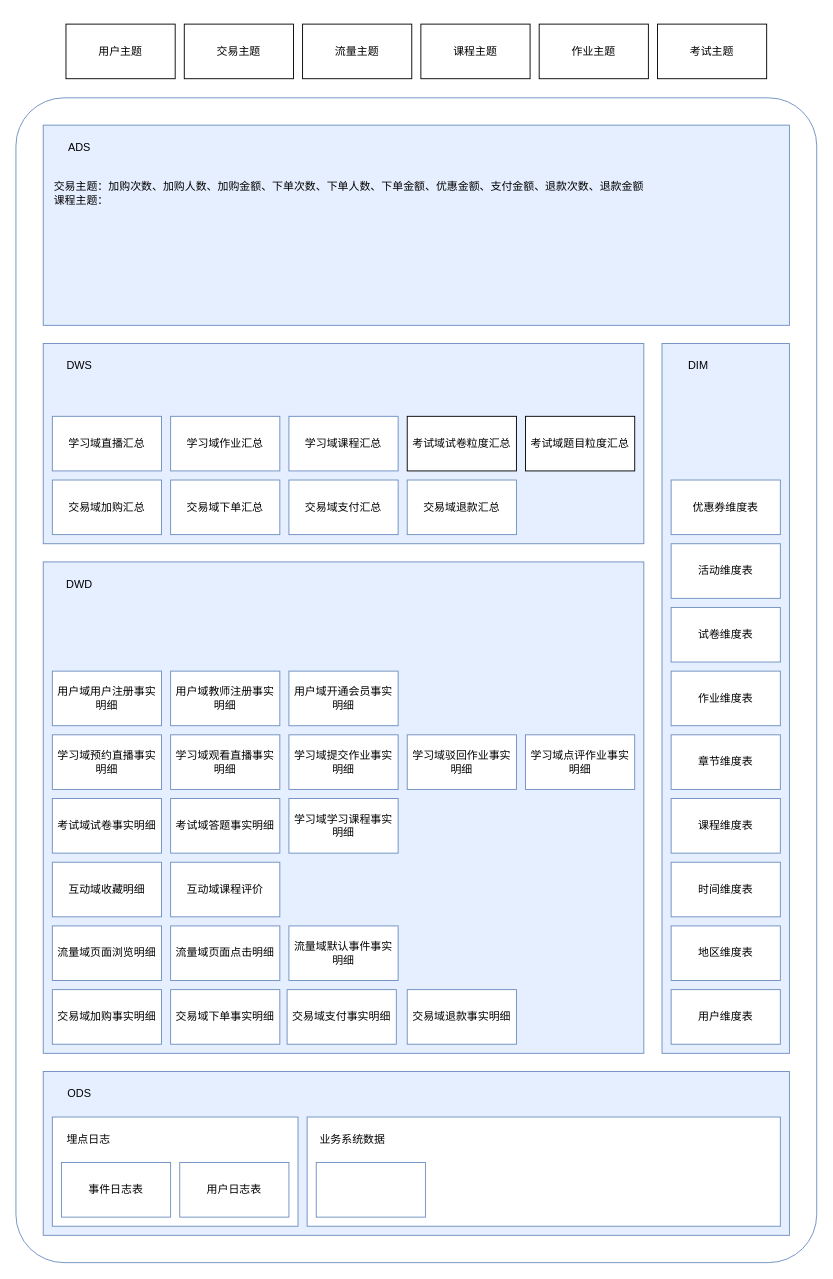
Earlier version of the draw.io diagram 离线数仓分层架构.drawio (Jacoulin/draw). Source tidied: cells renumbered, new cells numbered last; positions are measured from the earlier drawing's top-left corner, leaving out a move shared by most shapes. Both pictures are drawn from the tidied source at 91%, with x=0, y=0 at pixel (15, 24).
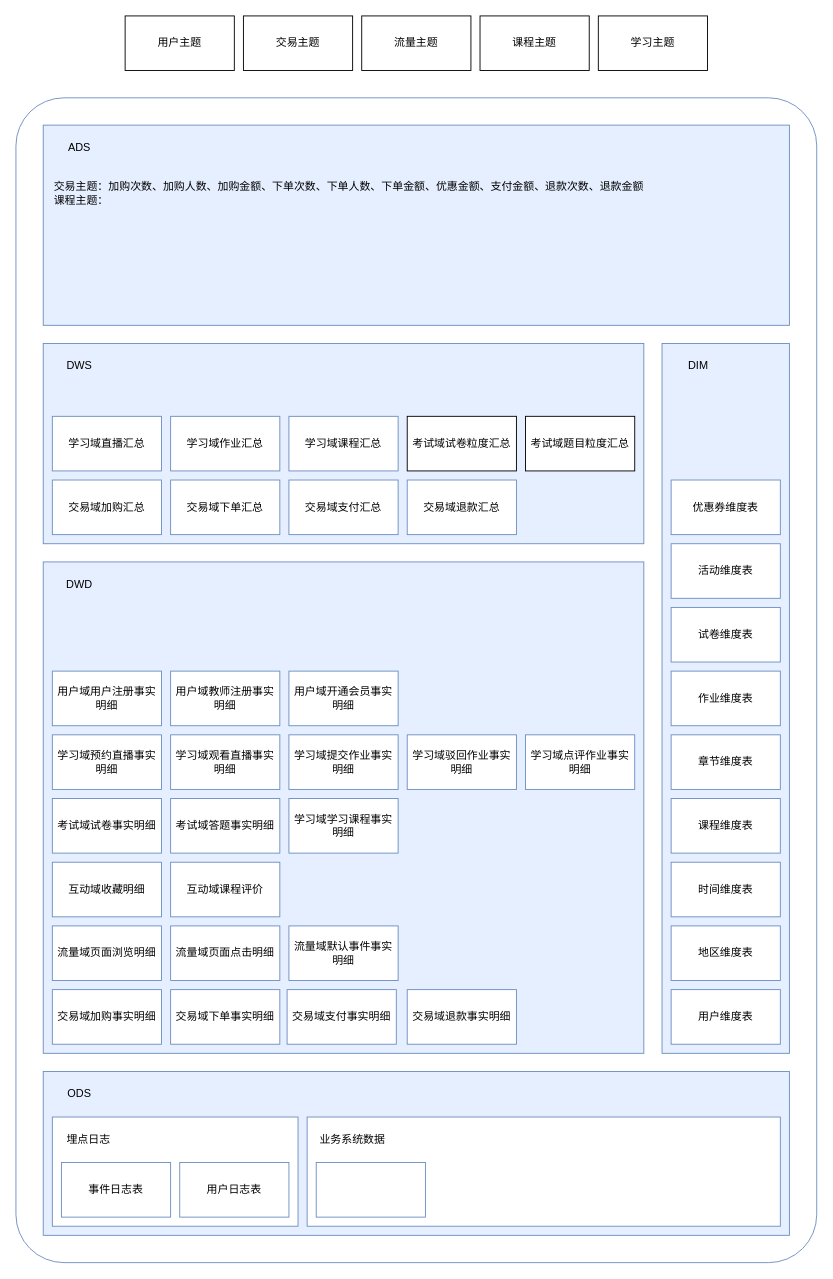
The same page after the edit.

Commit message:
更新离线数仓分层架构.drawio

What changed in the source:
```diff
@@
     <mxCell id="26" value="流量主题" style="rounded=0;whiteSpace=wrap;html=1;" parent="1" vertex="1">
-      <mxGeometry x="315" width="120" height="60" as="geometry" />
+      <mxGeometry x="380" y="-9" width="120" height="60" as="geometry" />
     </mxCell>
     <mxCell id="27" value="用户主题" style="rounded=0;whiteSpace=wrap;html=1;" parent="1" vertex="1">
-      <mxGeometry x="55" width="120" height="60" as="geometry" />
+      <mxGeometry x="120" y="-9" width="120" height="60" as="geometry" />
     </mxCell>
     <mxCell id="28" value="课程主题" style="rounded=0;whiteSpace=wrap;html=1;" parent="1" vertex="1">
-      <mxGeometry x="445" width="120" height="60" as="geometry" />
+      <mxGeometry x="510" y="-9" width="120" height="60" as="geometry" />
     </mxCell>
-    <mxCell id="29" value="考试主题" style="rounded=0;whiteSpace=wrap;html=1;" parent="1" vertex="1">
-      <mxGeometry x="705" width="120" height="60" as="geometry" />
-    </mxCell>
     <mxCell id="30" value="交易主题" style="rounded=0;whiteSpace=wrap;html=1;" parent="1" vertex="1">
-      <mxGeometry x="185" width="120" height="60" as="geometry" />
+      <mxGeometry x="250" y="-9" width="120" height="60" as="geometry" />
     </mxCell>
-    <mxCell id="31" value="作业主题" style="rounded=0;whiteSpace=wrap;html=1;" parent="1" vertex="1">
-      <mxGeometry x="575" width="120" height="60" as="geometry" />
+    <mxCell id="31" value="学习主题" style="rounded=0;whiteSpace=wrap;html=1;" parent="1" vertex="1">
+      <mxGeometry x="640" y="-9" width="120" height="60" as="geometry" />
     </mxCell>
```
